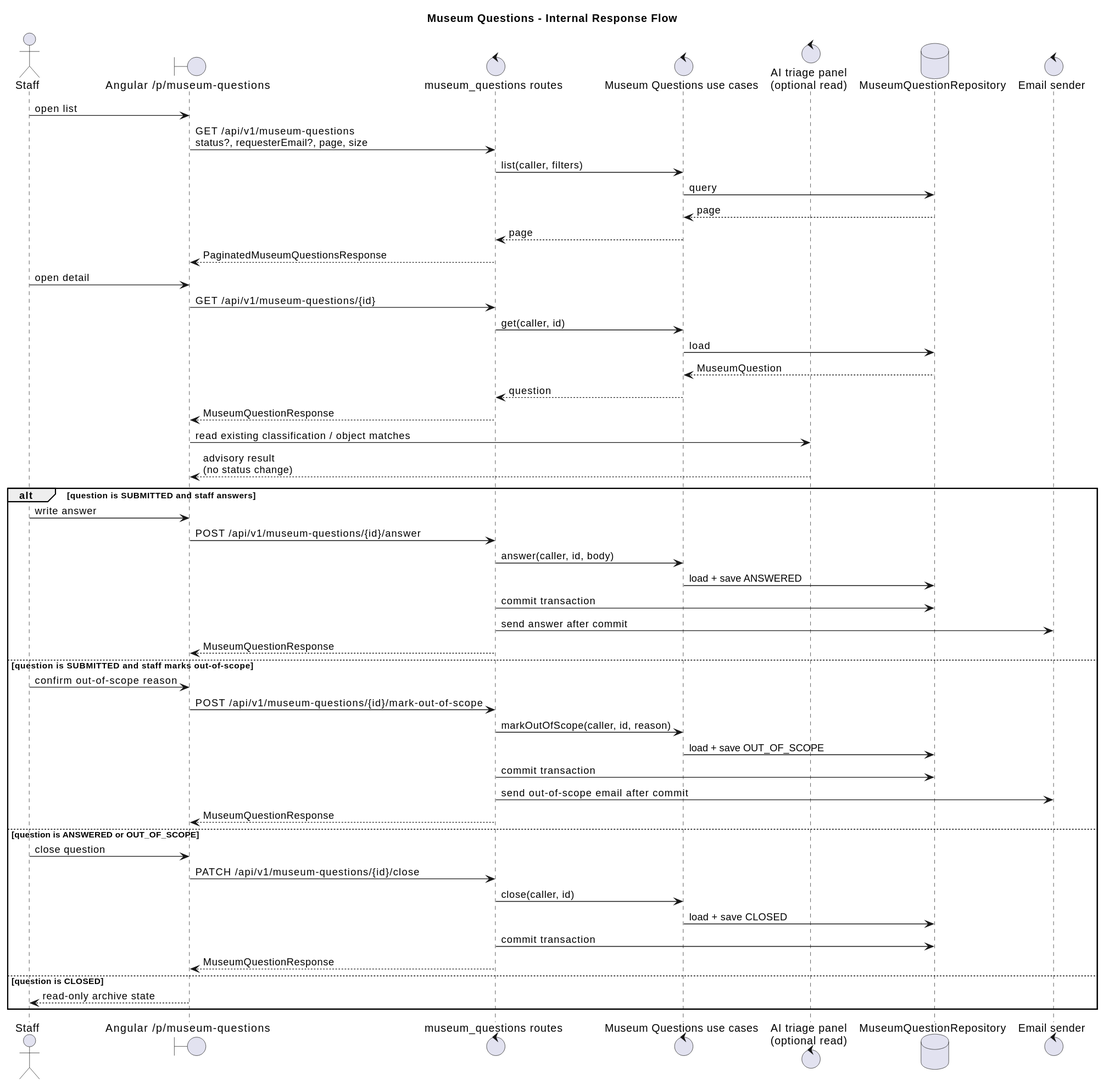
Above: docs/diagrams/museum-questions-response-flow.svg in marcosduchinski/vitarerum (PlantUML), before the change. The source it was exported from:
```plantuml
@startuml
title Museum Questions - Internal Response Flow

skinparam shadowing false

actor Staff
boundary "Angular /p/museum-questions" as UI
control "museum_questions routes" as Routes
control "Museum Questions use cases" as UseCases
control "AI triage panel\n(optional read)" as Triage
database "MuseumQuestionRepository" as Repo
control "Email sender" as Email

Staff -> UI : open list
UI -> Routes : GET /api/v1/museum-questions\nstatus?, requesterEmail?, page, size
Routes -> UseCases : list(caller, filters)
UseCases -> Repo : query
Repo --> UseCases : page
UseCases --> Routes : page
Routes --> UI : PaginatedMuseumQuestionsResponse

Staff -> UI : open detail
UI -> Routes : GET /api/v1/museum-questions/{id}
Routes -> UseCases : get(caller, id)
UseCases -> Repo : load
Repo --> UseCases : MuseumQuestion
UseCases --> Routes : question
Routes --> UI : MuseumQuestionResponse

UI -> Triage : read existing classification / object matches
Triage --> UI : advisory result\n(no status change)

alt question is SUBMITTED and staff answers
  Staff -> UI : write answer
  UI -> Routes : POST /api/v1/museum-questions/{id}/answer
  Routes -> UseCases : answer(caller, id, body)
  UseCases -> Repo : load + save ANSWERED
  Routes -> Repo : commit transaction
  Routes -> Email : send answer after commit
  Routes --> UI : MuseumQuestionResponse
else question is SUBMITTED and staff marks out-of-scope
  Staff -> UI : confirm out-of-scope reason
  UI -> Routes : POST /api/v1/museum-questions/{id}/mark-out-of-scope
  Routes -> UseCases : markOutOfScope(caller, id, reason)
  UseCases -> Repo : load + save OUT_OF_SCOPE
  Routes -> Repo : commit transaction
  Routes -> Email : send out-of-scope email after commit
  Routes --> UI : MuseumQuestionResponse
else question is ANSWERED or OUT_OF_SCOPE
  Staff -> UI : close question
  UI -> Routes : PATCH /api/v1/museum-questions/{id}/close
  Routes -> UseCases : close(caller, id)
  UseCases -> Repo : load + save CLOSED
  Routes -> Repo : commit transaction
  Routes --> UI : MuseumQuestionResponse
else question is CLOSED
  UI --> Staff : read-only archive state
end
@enduml
```
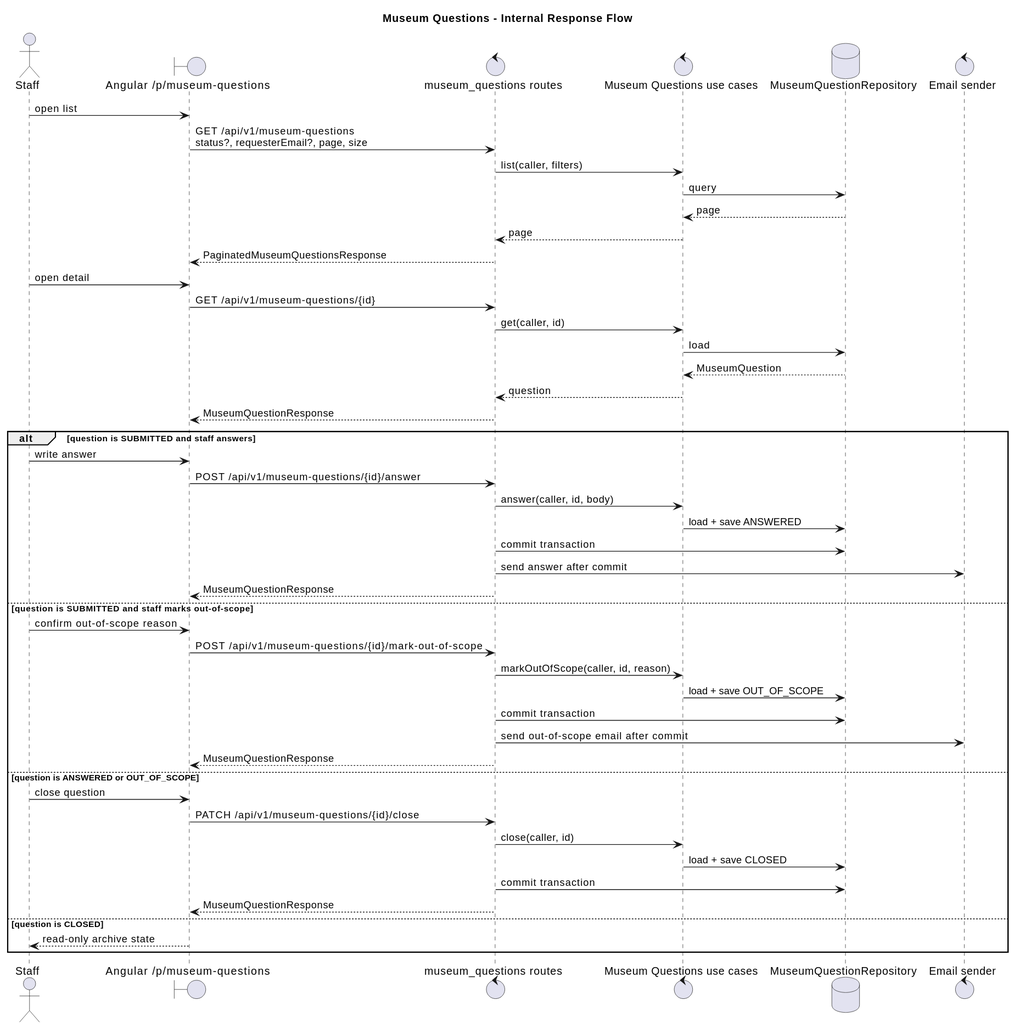
After the commit.

The edit, as a diff of the source:
```diff
@@ -7,7 +7,6 @@
 boundary "Angular /p/museum-questions" as UI
 control "museum_questions routes" as Routes
 control "Museum Questions use cases" as UseCases
-control "AI triage panel\n(optional read)" as Triage
 database "MuseumQuestionRepository" as Repo
 control "Email sender" as Email
 
@@ -26,9 +25,6 @@
 Repo --> UseCases : MuseumQuestion
 UseCases --> Routes : question
 Routes --> UI : MuseumQuestionResponse
-
-UI -> Triage : read existing classification / object matches
-Triage --> UI : advisory result\n(no status change)
 
 alt question is SUBMITTED and staff answers
   Staff -> UI : write answer
```
